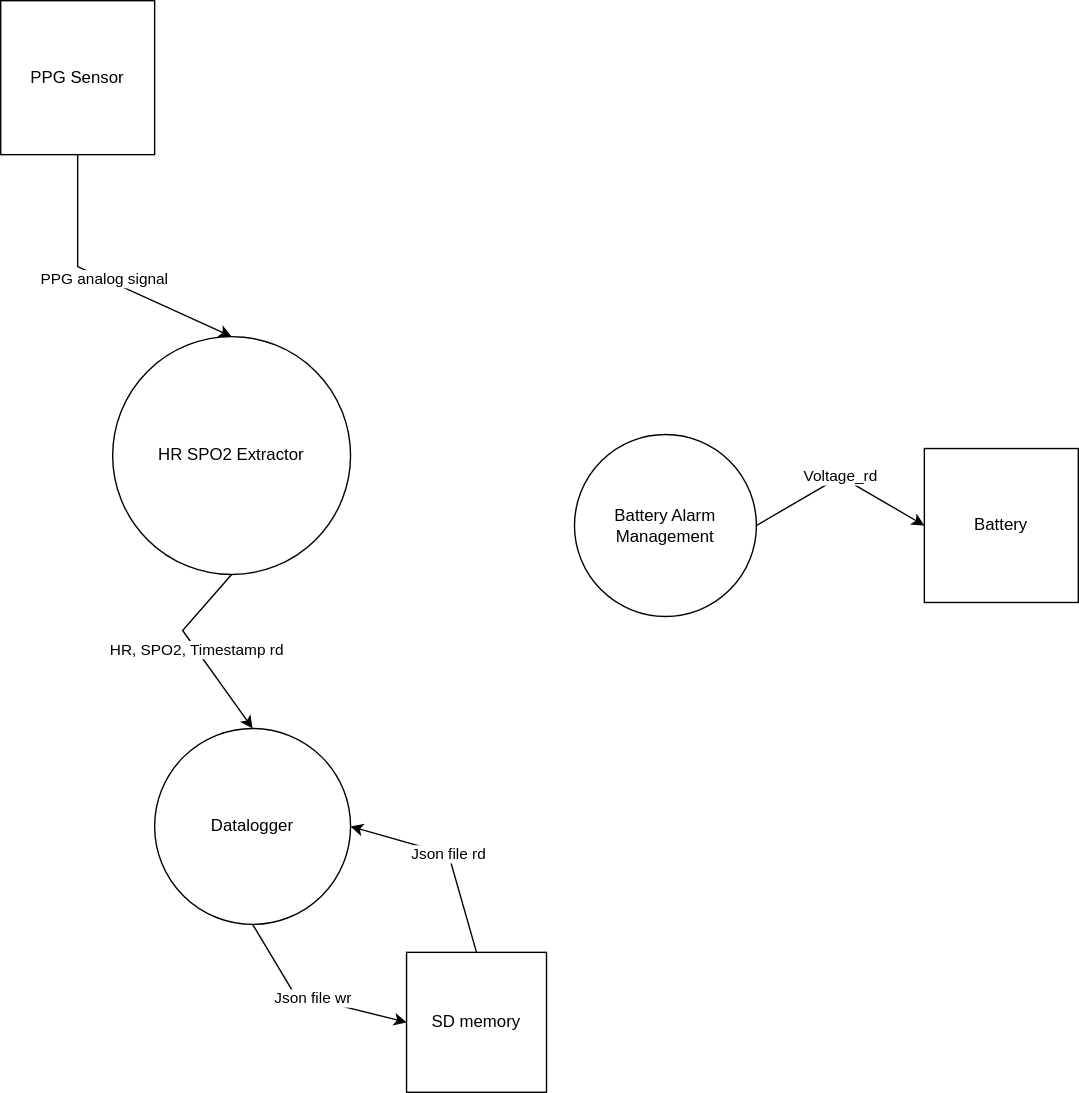
This is diagrams/level1_main_processes.svg from Tonyb94/PPG-Signal-Processing, a draw.io export, as it was before one commit. Source tidied: cells renumbered, new cells last; positions are measured from the earlier drawing's top-left corner, leaving out a move shared by most shapes.
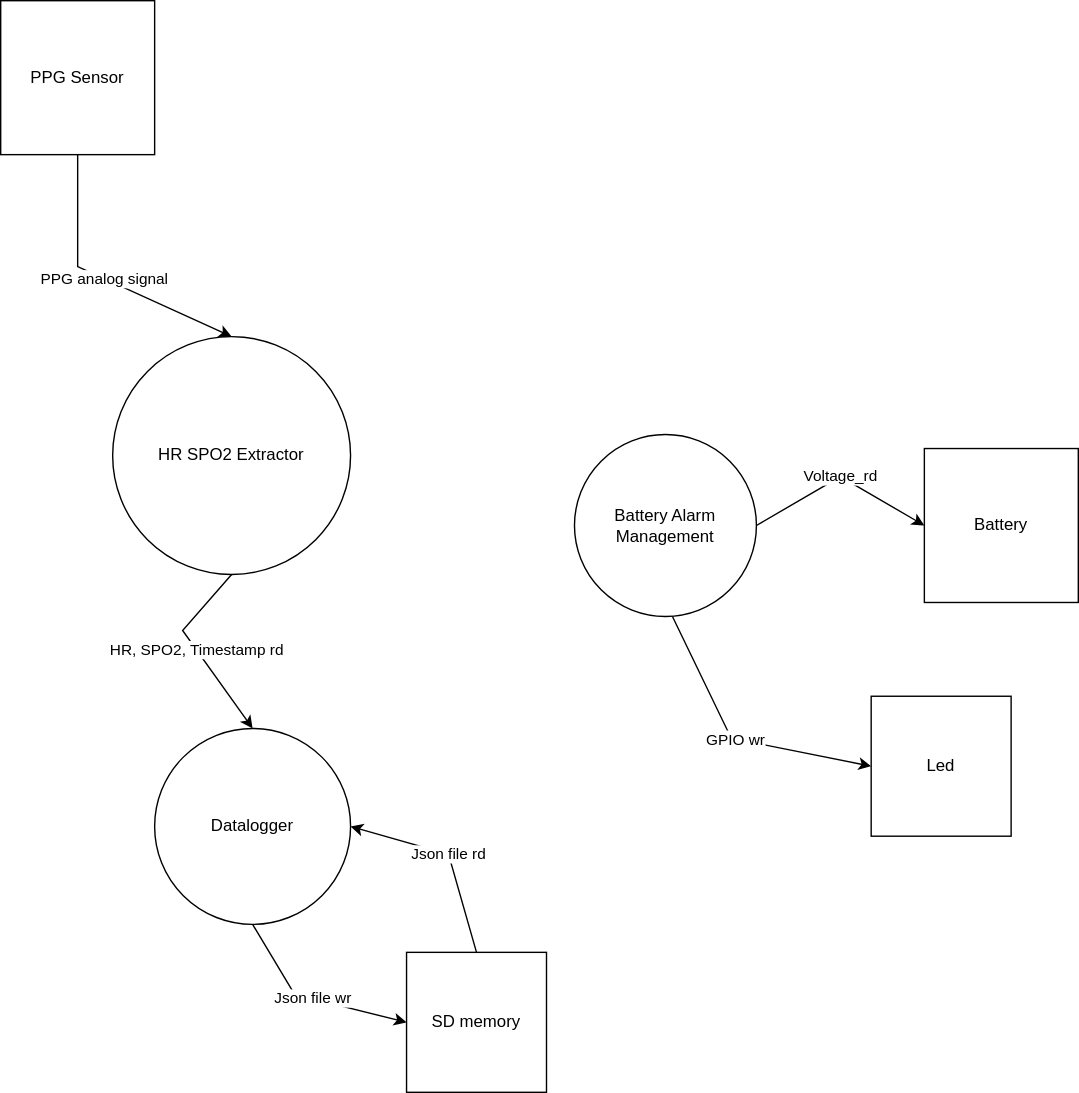
Above is the later version.

Commit message:
Updated level 1 and 2 battery alarm

Change to the diagram source:
```diff
@@ -72,5 +72,19 @@
     <mxCell id="17" value="Json file rd" style="edgeLabel;html=1;align=center;verticalAlign=middle;" parent="16" vertex="1">
       <mxGeometry relative="1" as="geometry" />
     </mxCell>
+    <mxCell id="18" value="Led" style="whiteSpace=wrap;html=1;" parent="1" vertex="1">
+      <mxGeometry x="622" y="497" width="100" height="100" as="geometry" />
+    </mxCell>
+    <mxCell id="19" style="endArrow=classic;html=1;rounded=0;exitX=1;exitY=1;exitDx=0;exitDy=0;entryX=0;entryY=0.5;entryDx=0;entryDy=0;" parent="1" edge="1" target="18">
+      <mxGeometry relative="1" as="geometry">
+        <mxPoint x="480" y="440" as="sourcePoint" />
+        <Array as="points">
+          <mxPoint x="522" y="527" />
+        </Array>
+      </mxGeometry>
+    </mxCell>
+    <mxCell id="20" value="GPIO wr" style="edgeLabel;html=1;align=center;verticalAlign=middle;" parent="19" vertex="1">
+      <mxGeometry relative="1" as="geometry" />
+    </mxCell>
   </root>
 </mxGraphModel>
```
